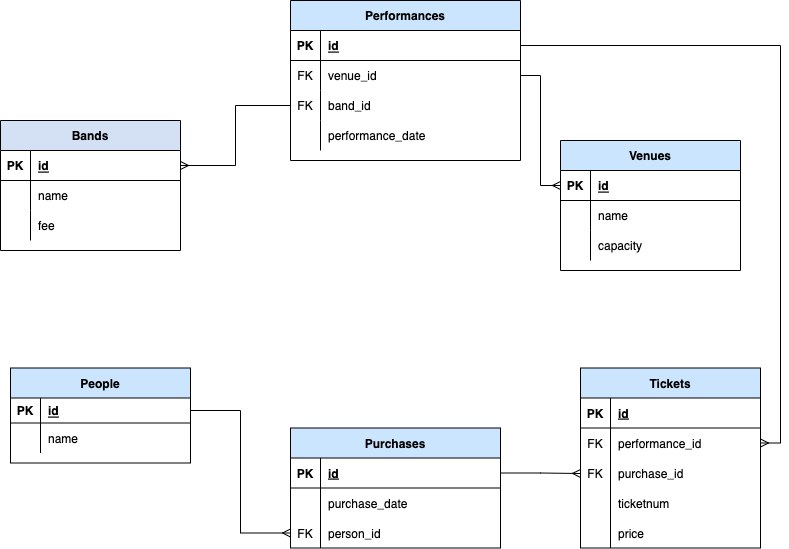
This is docs/presentations/dimensional_modeling/images/FestivalERD.drawio.png from chipzx92/DataEngineeringI320, a draw.io export, as it was before one commit. Source tidied: cells renumbered, new cells last; positions are measured from the earlier drawing's top-left corner, leaving out a move shared by most shapes.
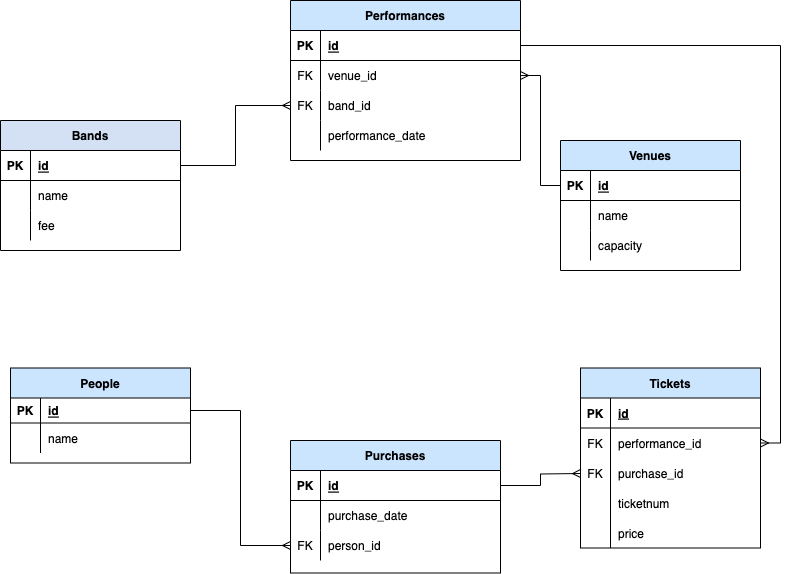
The same diagram one commit later.

Commit message:
Updated/Corrected version of Music Festival ERD

Diff of the diagram source:
```diff
@@ -155,7 +155,7 @@
       </mxGeometry>
     </mxCell>
     <mxCell id="52" value="Purchases" style="shape=table;startSize=30;rowLines=0;fontStyle=1;align=center;fillColor=#CCE5FF;" parent="1" vertex="1">
-      <mxGeometry x="290" y="427.5" width="210" height="120" as="geometry" />
+      <mxGeometry x="290" y="440" width="210" height="132.5" as="geometry" />
     </mxCell>
     <mxCell id="53" style="shape=tableRow;horizontal=0;startSize=0;swimlaneHead=0;swimlaneBody=0;fillColor=none;points=[[0,0.5],[1,0.5]];portConstraint=eastwest;top=0;left=0;right=0;bottom=1;" parent="52" vertex="1">
       <mxGeometry y="30" width="210" height="30" as="geometry" />
@@ -205,10 +205,10 @@
     <mxCell id="68" value="name" style="shape=partialRectangle;fillColor=none;top=0;left=0;bottom=0;right=0;align=left;spacingLeft=6;overflow=hidden;" parent="66" vertex="1">
       <mxGeometry x="30" width="150" height="30" as="geometry" />
     </mxCell>
-    <mxCell id="69" style="edgeStyle=orthogonalEdgeStyle;rounded=0;jettySize=auto;html=1;entryX=1;entryY=0.5;entryDx=0;entryDy=0;endArrow=ERmany;endFill=0;" parent="1" edge="1" source="29" target="3">
+    <mxCell id="69" style="edgeStyle=orthogonalEdgeStyle;rounded=0;jettySize=auto;html=1;entryX=1;entryY=0.5;entryDx=0;entryDy=0;endArrow=none;endFill=0;startArrow=ERmany;startFill=0;" parent="1" edge="1" source="29" target="3">
       <mxGeometry relative="1" as="geometry" />
     </mxCell>
-    <mxCell id="70" style="edgeStyle=orthogonalEdgeStyle;rounded=0;jettySize=auto;html=1;entryX=0;entryY=0.5;entryDx=0;entryDy=0;endArrow=ERmany;endFill=0;" parent="1" edge="1" source="26" target="13">
+    <mxCell id="70" style="edgeStyle=orthogonalEdgeStyle;rounded=0;jettySize=auto;html=1;entryX=0;entryY=0.5;entryDx=0;entryDy=0;endArrow=none;endFill=0;startArrow=ERmany;startFill=0;" parent="1" edge="1" source="26" target="13">
       <mxGeometry relative="1" as="geometry" />
     </mxCell>
     <mxCell id="71" style="edgeStyle=orthogonalEdgeStyle;rounded=0;jettySize=auto;html=1;entryX=1;entryY=0.5;entryDx=0;entryDy=0;endArrow=ERmany;endFill=0;" parent="1" edge="1" source="23" target="39">
```
